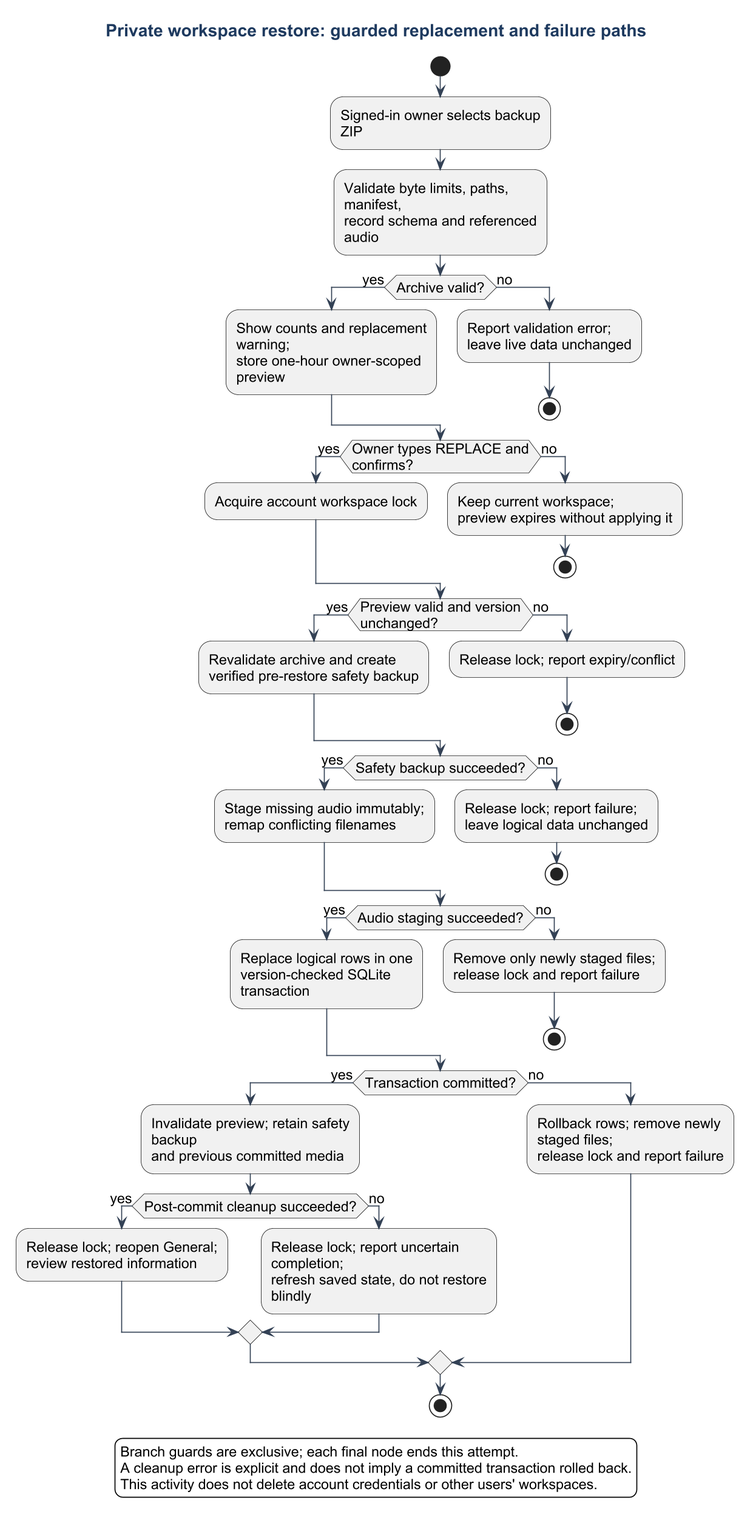
This is docs/diagrams/activity-restore.png from Suraku237/francanglaiscompiler, a PlantUML export, as it was before one commit.
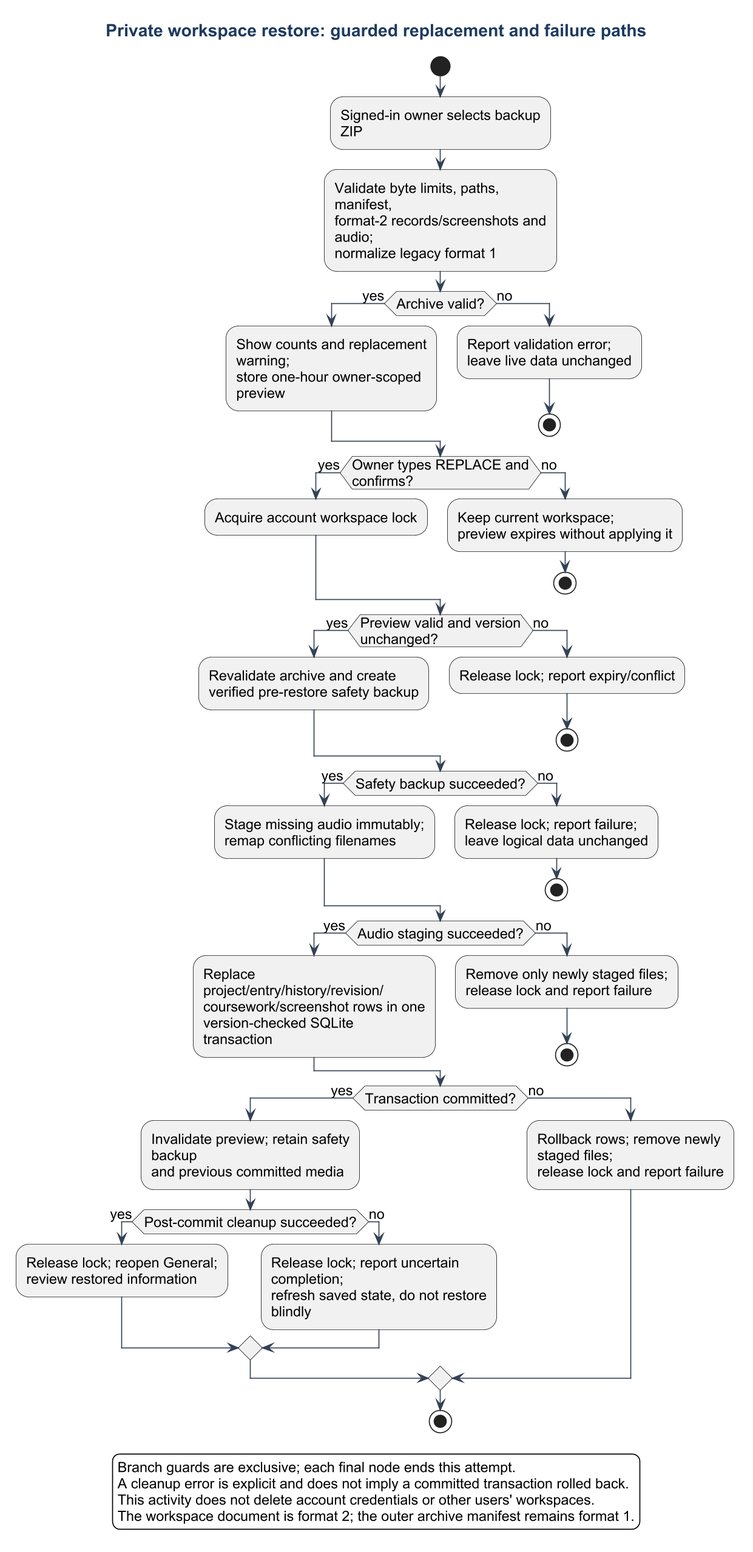
Later version of the same file.

Change to the diagram source:
```diff
@@ -3,7 +3,7 @@
 title Private workspace restore: guarded replacement and failure paths
 start
 :Signed-in owner selects backup ZIP;
-:Validate byte limits, paths, manifest,\nrecord schema and referenced audio;
+:Validate byte limits, paths, manifest,\nformat-2 records/screenshots and audio;\nnormalize legacy format 1;
 if (Archive valid?) then (yes)
   :Show counts and replacement warning;\nstore one-hour owner-scoped preview;
 else (no)
@@ -29,7 +29,7 @@
   stop
 endif
 if (Audio staging succeeded?) then (yes)
-  :Replace logical rows in one\nversion-checked SQLite transaction;
+  :Replace project/entry/history/revision/\ncoursework/screenshot rows in one\nversion-checked SQLite transaction;
 else (no)
   :Remove only newly staged files;\nrelease lock and report failure;
   stop
@@ -49,5 +49,6 @@
   Branch guards are exclusive; each final node ends this attempt.
   A cleanup error is explicit and does not imply a committed transaction rolled back.
   This activity does not delete account credentials or other users' workspaces.
+  The workspace document is format 2; the outer archive manifest remains format 1.
 endlegend
 @enduml
```
